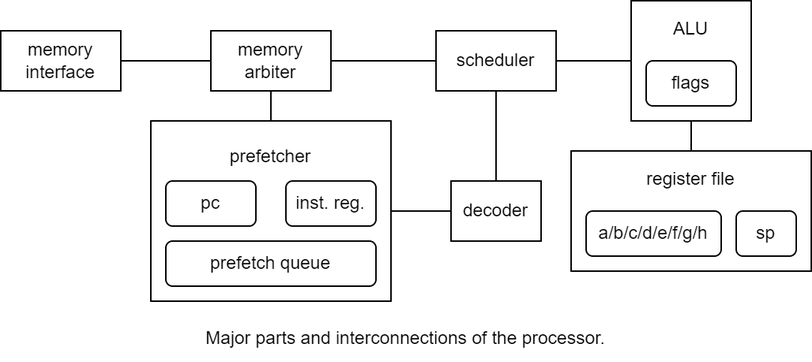
This is docs/architecture.png from toivoh/tt07-basilisc-2816-cpu, a draw.io export, as it was before one commit. Source tidied: cells renumbered, new cells last; positions are measured from the earlier drawing's top-left corner, leaving out a move shared by most shapes.
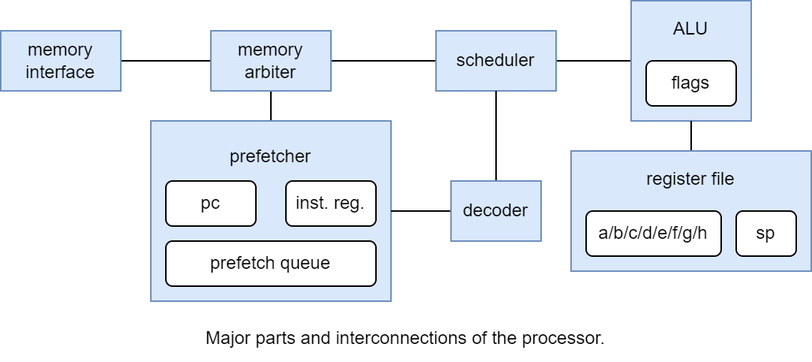
Later version of the same file.

What changed in the source:
```diff
@@ -10,7 +10,7 @@
         </Array>
       </mxGeometry>
     </mxCell>
-    <mxCell id="3" value="memory&lt;div&gt;interface&lt;/div&gt;" style="rounded=0;whiteSpace=wrap;html=1;" parent="1" vertex="1">
+    <mxCell id="3" value="memory&lt;div&gt;interface&lt;/div&gt;" style="rounded=0;whiteSpace=wrap;html=1;fillColor=#dae8fc;strokeColor=#6c8ebf;" parent="1" vertex="1">
       <mxGeometry y="20" width="80" height="40" as="geometry" />
     </mxCell>
     <mxCell id="4" style="edgeStyle=orthogonalEdgeStyle;rounded=0;jettySize=auto;html=1;entryX=0.5;entryY=0;entryDx=0;entryDy=0;startArrow=none;startFill=0;endArrow=none;endFill=0;" parent="1" edge="1" source="6" target="7">
@@ -19,10 +19,10 @@
     <mxCell id="5" style="edgeStyle=orthogonalEdgeStyle;rounded=0;jettySize=auto;html=1;exitX=1;exitY=0.5;exitDx=0;exitDy=0;entryX=0;entryY=0.5;entryDx=0;entryDy=0;startArrow=none;startFill=0;endArrow=none;endFill=0;" parent="1" edge="1" source="6" target="10">
       <mxGeometry relative="1" as="geometry" />
     </mxCell>
-    <mxCell id="6" value="memory&lt;div&gt;arbiter&lt;/div&gt;" style="rounded=0;whiteSpace=wrap;html=1;" parent="1" vertex="1">
+    <mxCell id="6" value="memory&lt;div&gt;arbiter&lt;/div&gt;" style="rounded=0;whiteSpace=wrap;html=1;fillColor=#dae8fc;strokeColor=#6c8ebf;" parent="1" vertex="1">
       <mxGeometry x="140" y="20" width="80" height="40" as="geometry" />
     </mxCell>
-    <mxCell id="7" value="prefetcher&lt;div&gt;&lt;br&gt;&lt;/div&gt;&lt;div&gt;&lt;br&gt;&lt;/div&gt;&lt;div&gt;&lt;br&gt;&lt;/div&gt;&lt;div&gt;&lt;br&gt;&lt;/div&gt;&lt;div&gt;&lt;br&gt;&lt;/div&gt;" style="rounded=0;whiteSpace=wrap;html=1;" parent="1" vertex="1">
+    <mxCell id="7" value="prefetcher&lt;div&gt;&lt;br&gt;&lt;/div&gt;&lt;div&gt;&lt;br&gt;&lt;/div&gt;&lt;div&gt;&lt;br&gt;&lt;/div&gt;&lt;div&gt;&lt;br&gt;&lt;/div&gt;&lt;div&gt;&lt;br&gt;&lt;/div&gt;" style="rounded=0;whiteSpace=wrap;html=1;fillColor=#dae8fc;strokeColor=#6c8ebf;" parent="1" vertex="1">
       <mxGeometry x="100" y="80" width="160" height="120" as="geometry" />
     </mxCell>
     <mxCell id="8" value="pc" style="rounded=1;whiteSpace=wrap;html=1;" parent="1" vertex="1">
@@ -31,7 +31,7 @@
     <mxCell id="9" style="edgeStyle=orthogonalEdgeStyle;rounded=0;jettySize=auto;html=1;exitX=1;exitY=0.5;exitDx=0;exitDy=0;entryX=0;entryY=0.5;entryDx=0;entryDy=0;endArrow=none;endFill=0;" parent="1" edge="1" source="10" target="16">
       <mxGeometry relative="1" as="geometry" />
     </mxCell>
-    <mxCell id="10" value="scheduler" style="rounded=0;whiteSpace=wrap;html=1;" parent="1" vertex="1">
+    <mxCell id="10" value="scheduler" style="rounded=0;whiteSpace=wrap;html=1;fillColor=#dae8fc;strokeColor=#6c8ebf;" parent="1" vertex="1">
       <mxGeometry x="290" y="20" width="80" height="40" as="geometry" />
     </mxCell>
     <mxCell id="11" value="inst. reg." style="rounded=1;whiteSpace=wrap;html=1;" parent="1" vertex="1">
@@ -40,24 +40,24 @@
     <mxCell id="12" style="edgeStyle=orthogonalEdgeStyle;rounded=0;jettySize=auto;html=1;entryX=1;entryY=0.5;entryDx=0;entryDy=0;startArrow=none;startFill=0;endArrow=none;endFill=0;" parent="1" edge="1" source="14" target="7">
       <mxGeometry relative="1" as="geometry" />
     </mxCell>
-    <mxCell id="13" style="edgeStyle=orthogonalEdgeStyle;rounded=0;jettySize=auto;html=1;startArrow=none;startFill=0;endArrow=none;endFill=0;" parent="1" edge="1" source="14">
-      <mxGeometry relative="1" as="geometry">
-        <mxPoint x="330" y="60" as="targetPoint" />
-      </mxGeometry>
-    </mxCell>
+    <mxCell id="24" style="edgeStyle=orthogonalEdgeStyle;rounded=0;jettySize=auto;html=1;startArrow=none;startFill=0;endArrow=none;endFill=0;" parent="1" edge="1" source="14">
+      <mxGeometry relative="1" as="geometry">
+        <mxPoint x="330" y="60" as="targetPoint" />
+      </mxGeometry>
+    </mxCell>
-    <mxCell id="14" value="decoder" style="rounded=0;whiteSpace=wrap;html=1;" parent="1" vertex="1">
+    <mxCell id="14" value="decoder" style="rounded=0;whiteSpace=wrap;html=1;fillColor=#dae8fc;strokeColor=#6c8ebf;" parent="1" vertex="1">
       <mxGeometry x="300" y="120" width="60" height="40" as="geometry" />
     </mxCell>
     <mxCell id="15" style="edgeStyle=orthogonalEdgeStyle;rounded=0;orthogonalLoop=1;jettySize=auto;html=1;exitX=0.5;exitY=1;exitDx=0;exitDy=0;" parent="1" edge="1" source="10" target="10">
       <mxGeometry relative="1" as="geometry" />
     </mxCell>
-    <mxCell id="16" value="ALU&lt;div&gt;&lt;br&gt;&lt;/div&gt;&lt;div&gt;&lt;br&gt;&lt;/div&gt;&lt;div&gt;&lt;br&gt;&lt;/div&gt;" style="rounded=0;whiteSpace=wrap;html=1;" parent="1" vertex="1">
+    <mxCell id="16" value="ALU&lt;div&gt;&lt;br&gt;&lt;/div&gt;&lt;div&gt;&lt;br&gt;&lt;/div&gt;&lt;div&gt;&lt;br&gt;&lt;/div&gt;" style="rounded=0;whiteSpace=wrap;html=1;fillColor=#dae8fc;strokeColor=#6c8ebf;" parent="1" vertex="1">
       <mxGeometry x="420" width="80" height="80" as="geometry" />
     </mxCell>
     <mxCell id="17" style="edgeStyle=orthogonalEdgeStyle;rounded=0;jettySize=auto;html=1;entryX=0.5;entryY=1;entryDx=0;entryDy=0;endArrow=none;endFill=0;" parent="1" edge="1" source="18" target="16">
       <mxGeometry relative="1" as="geometry" />
     </mxCell>
-    <mxCell id="18" value="register file&lt;div&gt;&lt;br&gt;&lt;/div&gt;&lt;div&gt;&lt;br&gt;&lt;/div&gt;&lt;div&gt;&lt;br&gt;&lt;/div&gt;" style="rounded=0;whiteSpace=wrap;html=1;" parent="1" vertex="1">
+    <mxCell id="18" value="register file&lt;div&gt;&lt;br&gt;&lt;/div&gt;&lt;div&gt;&lt;br&gt;&lt;/div&gt;&lt;div&gt;&lt;br&gt;&lt;/div&gt;" style="rounded=0;whiteSpace=wrap;html=1;fillColor=#dae8fc;strokeColor=#6c8ebf;" parent="1" vertex="1">
       <mxGeometry x="380" y="100" width="160" height="80" as="geometry" />
     </mxCell>
     <mxCell id="19" value="flags" style="rounded=1;whiteSpace=wrap;html=1;" parent="1" vertex="1">
```
